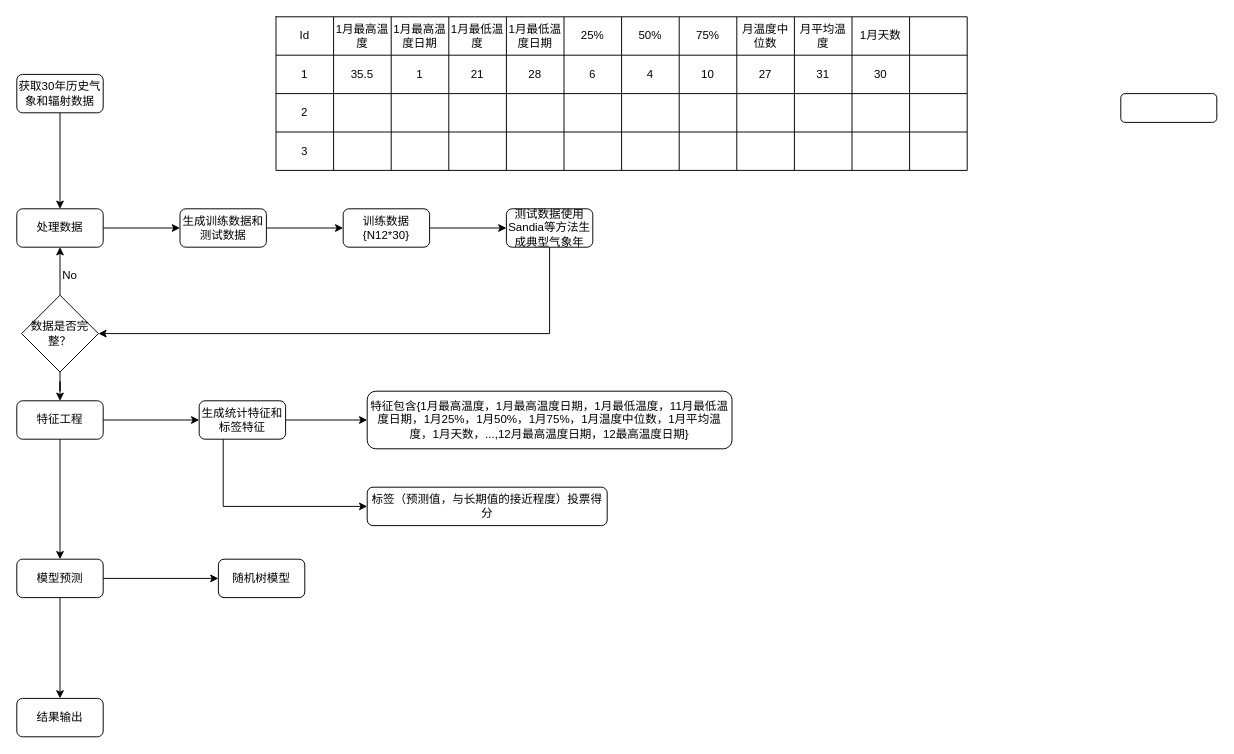
Before: page "Page-2" (2 of 2) of tmy.drawio in gg2herry/drawio, a draw.io diagram. Source tidied: cells renumbered, new cells numbered last; positions are measured from the earlier drawing's top-left corner, leaving out a move shared by most shapes. Both pictures are drawn from the tidied source at 96%, with x=0, y=0 at pixel (16, 16).
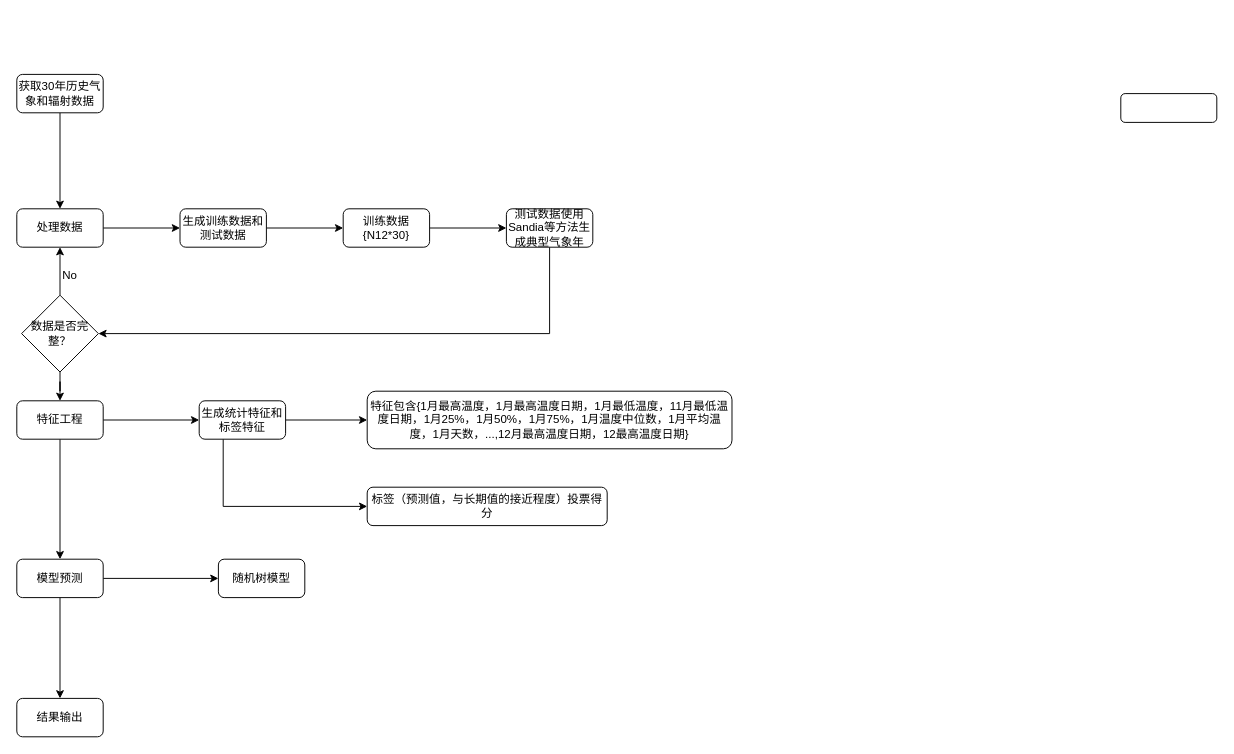
After the change.

Change to the diagram source:
```diff
@@
-    <mxCell id="15" style="shape=table;html=1;whiteSpace=wrap;startSize=0;childLayout=tableLayout;" parent="1" vertex="1">
-      <mxGeometry x="270" width="720" height="160" as="geometry" />
-    </mxCell>
-    <mxCell id="16" style="shape=partialRectangle;html=1;whiteSpace=wrap;fillColor=none;top=0;left=0;bottom=0;right=0;" parent="15" vertex="1">
-      <mxGeometry width="720" height="40" as="geometry" />
-    </mxCell>
-    <mxCell id="17" value="Id" style="shape=partialRectangle;html=1;whiteSpace=wrap;overflow=hidden;fillColor=none;top=0;left=0;bottom=0;right=0;" parent="16" vertex="1">
-      <mxGeometry width="60" height="40" as="geometry" />
-    </mxCell>
-    <mxCell id="18" value="1月最高温度" style="shape=partialRectangle;html=1;whiteSpace=wrap;overflow=hidden;fillColor=none;top=0;left=0;bottom=0;right=0;" parent="16" vertex="1">
-      <mxGeometry x="60" width="60" height="40" as="geometry" />
-    </mxCell>
-    <mxCell id="19" value="1月最高温度日期" style="shape=partialRectangle;html=1;whiteSpace=wrap;overflow=hidden;fillColor=none;top=0;left=0;bottom=0;right=0;" parent="16" vertex="1">
-      <mxGeometry x="120" width="60" height="40" as="geometry" />
-    </mxCell>
-    <mxCell id="20" value="1月最低温度" style="shape=partialRectangle;html=1;whiteSpace=wrap;overflow=hidden;fillColor=none;top=0;left=0;bottom=0;right=0;" parent="16" vertex="1">
-      <mxGeometry x="180" width="60" height="40" as="geometry" />
-    </mxCell>
-    <mxCell id="21" value="1月最低温度日期" style="shape=partialRectangle;html=1;whiteSpace=wrap;overflow=hidden;fillColor=none;top=0;left=0;bottom=0;right=0;" parent="16" vertex="1">
-      <mxGeometry x="240" width="60" height="40" as="geometry" />
-    </mxCell>
-    <mxCell id="22" value="25%" style="shape=partialRectangle;html=1;whiteSpace=wrap;overflow=hidden;fillColor=none;top=0;left=0;bottom=0;right=0;" parent="16" vertex="1">
-      <mxGeometry x="300" width="60" height="40" as="geometry" />
-    </mxCell>
-    <mxCell id="23" value="50%" style="shape=partialRectangle;html=1;whiteSpace=wrap;overflow=hidden;fillColor=none;top=0;left=0;bottom=0;right=0;" parent="16" vertex="1">
-      <mxGeometry x="360" width="60" height="40" as="geometry" />
-    </mxCell>
-    <mxCell id="24" value="75%" style="shape=partialRectangle;html=1;whiteSpace=wrap;overflow=hidden;fillColor=none;top=0;left=0;bottom=0;right=0;" parent="16" vertex="1">
-      <mxGeometry x="420" width="60" height="40" as="geometry" />
-    </mxCell>
-    <mxCell id="25" value="月温度中位数" style="shape=partialRectangle;html=1;whiteSpace=wrap;overflow=hidden;fillColor=none;top=0;left=0;bottom=0;right=0;" parent="16" vertex="1">
-      <mxGeometry x="480" width="60" height="40" as="geometry" />
-    </mxCell>
-    <mxCell id="26" value="月平均温度" style="shape=partialRectangle;html=1;whiteSpace=wrap;overflow=hidden;fillColor=none;top=0;left=0;bottom=0;right=0;" parent="16" vertex="1">
-      <mxGeometry x="540" width="60" height="40" as="geometry" />
-    </mxCell>
-    <mxCell id="27" value="1月天数" style="shape=partialRectangle;html=1;whiteSpace=wrap;overflow=hidden;fillColor=none;top=0;left=0;bottom=0;right=0;" parent="16" vertex="1">
-      <mxGeometry x="600" width="60" height="40" as="geometry" />
-    </mxCell>
-    <mxCell id="28" style="shape=partialRectangle;html=1;whiteSpace=wrap;overflow=hidden;fillColor=none;top=0;left=0;bottom=0;right=0;" parent="16" vertex="1">
-      <mxGeometry x="660" width="60" height="40" as="geometry" />
-    </mxCell>
-    <mxCell id="29" style="shape=partialRectangle;html=1;whiteSpace=wrap;fillColor=none;top=0;left=0;bottom=0;right=0;" parent="15" vertex="1">
-      <mxGeometry y="40" width="720" height="40" as="geometry" />
-    </mxCell>
-    <mxCell id="30" value="1" style="shape=partialRectangle;html=1;whiteSpace=wrap;overflow=hidden;fillColor=none;top=0;left=0;bottom=0;right=0;" parent="29" vertex="1">
-      <mxGeometry width="60" height="40" as="geometry" />
-    </mxCell>
-    <mxCell id="31" value="35.5" style="shape=partialRectangle;html=1;whiteSpace=wrap;overflow=hidden;fillColor=none;top=0;left=0;bottom=0;right=0;" parent="29" vertex="1">
-      <mxGeometry x="60" width="60" height="40" as="geometry" />
-    </mxCell>
-    <mxCell id="32" value="1" style="shape=partialRectangle;html=1;whiteSpace=wrap;overflow=hidden;fillColor=none;top=0;left=0;bottom=0;right=0;" parent="29" vertex="1">
-      <mxGeometry x="120" width="60" height="40" as="geometry" />
-    </mxCell>
-    <mxCell id="33" value="21" style="shape=partialRectangle;html=1;whiteSpace=wrap;overflow=hidden;fillColor=none;top=0;left=0;bottom=0;right=0;" parent="29" vertex="1">
-      <mxGeometry x="180" width="60" height="40" as="geometry" />
-    </mxCell>
-    <mxCell id="34" value="28" style="shape=partialRectangle;html=1;whiteSpace=wrap;overflow=hidden;fillColor=none;top=0;left=0;bottom=0;right=0;" parent="29" vertex="1">
-      <mxGeometry x="240" width="60" height="40" as="geometry" />
-    </mxCell>
-    <mxCell id="35" value="6" style="shape=partialRectangle;html=1;whiteSpace=wrap;overflow=hidden;fillColor=none;top=0;left=0;bottom=0;right=0;" parent="29" vertex="1">
-      <mxGeometry x="300" width="60" height="40" as="geometry" />
-    </mxCell>
-    <mxCell id="36" value="4" style="shape=partialRectangle;html=1;whiteSpace=wrap;overflow=hidden;fillColor=none;top=0;left=0;bottom=0;right=0;" parent="29" vertex="1">
-      <mxGeometry x="360" width="60" height="40" as="geometry" />
-    </mxCell>
-    <mxCell id="37" value="10" style="shape=partialRectangle;html=1;whiteSpace=wrap;overflow=hidden;fillColor=none;top=0;left=0;bottom=0;right=0;" parent="29" vertex="1">
-      <mxGeometry x="420" width="60" height="40" as="geometry" />
-    </mxCell>
-    <mxCell id="38" value="27" style="shape=partialRectangle;html=1;whiteSpace=wrap;overflow=hidden;fillColor=none;top=0;left=0;bottom=0;right=0;" parent="29" vertex="1">
-      <mxGeometry x="480" width="60" height="40" as="geometry" />
-    </mxCell>
-    <mxCell id="39" value="31" style="shape=partialRectangle;html=1;whiteSpace=wrap;overflow=hidden;fillColor=none;top=0;left=0;bottom=0;right=0;" parent="29" vertex="1">
-      <mxGeometry x="540" width="60" height="40" as="geometry" />
-    </mxCell>
-    <mxCell id="40" value="30" style="shape=partialRectangle;html=1;whiteSpace=wrap;overflow=hidden;fillColor=none;top=0;left=0;bottom=0;right=0;" parent="29" vertex="1">
-      <mxGeometry x="600" width="60" height="40" as="geometry" />
-    </mxCell>
-    <mxCell id="41" style="shape=partialRectangle;html=1;whiteSpace=wrap;overflow=hidden;fillColor=none;top=0;left=0;bottom=0;right=0;" parent="29" vertex="1">
-      <mxGeometry x="660" width="60" height="40" as="geometry" />
-    </mxCell>
-    <mxCell id="42" style="shape=partialRectangle;html=1;whiteSpace=wrap;fillColor=none;top=0;left=0;bottom=0;right=0;" parent="15" vertex="1">
-      <mxGeometry y="80" width="720" height="40" as="geometry" />
-    </mxCell>
-    <mxCell id="43" value="2" style="shape=partialRectangle;html=1;whiteSpace=wrap;overflow=hidden;fillColor=none;top=0;left=0;bottom=0;right=0;" parent="42" vertex="1">
-      <mxGeometry width="60" height="40" as="geometry" />
-    </mxCell>
-    <mxCell id="44" style="shape=partialRectangle;html=1;whiteSpace=wrap;overflow=hidden;fillColor=none;top=0;left=0;bottom=0;right=0;" parent="42" vertex="1">
-      <mxGeometry x="60" width="60" height="40" as="geometry" />
-    </mxCell>
-    <mxCell id="45" style="shape=partialRectangle;html=1;whiteSpace=wrap;overflow=hidden;fillColor=none;top=0;left=0;bottom=0;right=0;" parent="42" vertex="1">
-      <mxGeometry x="120" width="60" height="40" as="geometry" />
-    </mxCell>
-    <mxCell id="46" style="shape=partialRectangle;html=1;whiteSpace=wrap;overflow=hidden;fillColor=none;top=0;left=0;bottom=0;right=0;" parent="42" vertex="1">
-      <mxGeometry x="180" width="60" height="40" as="geometry" />
-    </mxCell>
-    <mxCell id="47" style="shape=partialRectangle;html=1;whiteSpace=wrap;overflow=hidden;fillColor=none;top=0;left=0;bottom=0;right=0;" parent="42" vertex="1">
-      <mxGeometry x="240" width="60" height="40" as="geometry" />
-    </mxCell>
-    <mxCell id="48" style="shape=partialRectangle;html=1;whiteSpace=wrap;overflow=hidden;fillColor=none;top=0;left=0;bottom=0;right=0;" parent="42" vertex="1">
-      <mxGeometry x="300" width="60" height="40" as="geometry" />
-    </mxCell>
-    <mxCell id="49" style="shape=partialRectangle;html=1;whiteSpace=wrap;overflow=hidden;fillColor=none;top=0;left=0;bottom=0;right=0;" parent="42" vertex="1">
-      <mxGeometry x="360" width="60" height="40" as="geometry" />
-    </mxCell>
-    <mxCell id="50" style="shape=partialRectangle;html=1;whiteSpace=wrap;overflow=hidden;fillColor=none;top=0;left=0;bottom=0;right=0;" parent="42" vertex="1">
-      <mxGeometry x="420" width="60" height="40" as="geometry" />
-    </mxCell>
-    <mxCell id="51" style="shape=partialRectangle;html=1;whiteSpace=wrap;overflow=hidden;fillColor=none;top=0;left=0;bottom=0;right=0;" parent="42" vertex="1">
-      <mxGeometry x="480" width="60" height="40" as="geometry" />
-    </mxCell>
-    <mxCell id="52" style="shape=partialRectangle;html=1;whiteSpace=wrap;overflow=hidden;fillColor=none;top=0;left=0;bottom=0;right=0;" parent="42" vertex="1">
-      <mxGeometry x="540" width="60" height="40" as="geometry" />
-    </mxCell>
-    <mxCell id="53" style="shape=partialRectangle;html=1;whiteSpace=wrap;overflow=hidden;fillColor=none;top=0;left=0;bottom=0;right=0;" parent="42" vertex="1">
-      <mxGeometry x="600" width="60" height="40" as="geometry" />
-    </mxCell>
-    <mxCell id="54" style="shape=partialRectangle;html=1;whiteSpace=wrap;overflow=hidden;fillColor=none;top=0;left=0;bottom=0;right=0;" parent="42" vertex="1">
-      <mxGeometry x="660" width="60" height="40" as="geometry" />
-    </mxCell>
-    <mxCell id="55" style="shape=partialRectangle;html=1;whiteSpace=wrap;fillColor=none;top=0;left=0;bottom=0;right=0;" parent="15" vertex="1">
-      <mxGeometry y="120" width="720" height="40" as="geometry" />
-    </mxCell>
-    <mxCell id="56" value="3" style="shape=partialRectangle;html=1;whiteSpace=wrap;overflow=hidden;fillColor=none;top=0;left=0;bottom=0;right=0;" parent="55" vertex="1">
-      <mxGeometry width="60" height="40" as="geometry" />
-    </mxCell>
-    <mxCell id="57" style="shape=partialRectangle;html=1;whiteSpace=wrap;overflow=hidden;fillColor=none;top=0;left=0;bottom=0;right=0;" parent="55" vertex="1">
-      <mxGeometry x="60" width="60" height="40" as="geometry" />
-    </mxCell>
-    <mxCell id="58" style="shape=partialRectangle;html=1;whiteSpace=wrap;overflow=hidden;fillColor=none;top=0;left=0;bottom=0;right=0;" parent="55" vertex="1">
-      <mxGeometry x="120" width="60" height="40" as="geometry" />
-    </mxCell>
-    <mxCell id="59" style="shape=partialRectangle;html=1;whiteSpace=wrap;overflow=hidden;fillColor=none;top=0;left=0;bottom=0;right=0;" parent="55" vertex="1">
-      <mxGeometry x="180" width="60" height="40" as="geometry" />
-    </mxCell>
-    <mxCell id="60" style="shape=partialRectangle;html=1;whiteSpace=wrap;overflow=hidden;fillColor=none;top=0;left=0;bottom=0;right=0;" parent="55" vertex="1">
-      <mxGeometry x="240" width="60" height="40" as="geometry" />
-    </mxCell>
-    <mxCell id="61" style="shape=partialRectangle;html=1;whiteSpace=wrap;overflow=hidden;fillColor=none;top=0;left=0;bottom=0;right=0;" parent="55" vertex="1">
-      <mxGeometry x="300" width="60" height="40" as="geometry" />
-    </mxCell>
-    <mxCell id="62" style="shape=partialRectangle;html=1;whiteSpace=wrap;overflow=hidden;fillColor=none;top=0;left=0;bottom=0;right=0;" parent="55" vertex="1">
-      <mxGeometry x="360" width="60" height="40" as="geometry" />
-    </mxCell>
-    <mxCell id="63" style="shape=partialRectangle;html=1;whiteSpace=wrap;overflow=hidden;fillColor=none;top=0;left=0;bottom=0;right=0;" parent="55" vertex="1">
-      <mxGeometry x="420" width="60" height="40" as="geometry" />
-    </mxCell>
-    <mxCell id="64" style="shape=partialRectangle;html=1;whiteSpace=wrap;overflow=hidden;fillColor=none;top=0;left=0;bottom=0;right=0;" parent="55" vertex="1">
-      <mxGeometry x="480" width="60" height="40" as="geometry" />
-    </mxCell>
-    <mxCell id="65" style="shape=partialRectangle;html=1;whiteSpace=wrap;overflow=hidden;fillColor=none;top=0;left=0;bottom=0;right=0;" parent="55" vertex="1">
-      <mxGeometry x="540" width="60" height="40" as="geometry" />
-    </mxCell>
-    <mxCell id="66" style="shape=partialRectangle;html=1;whiteSpace=wrap;overflow=hidden;fillColor=none;top=0;left=0;bottom=0;right=0;" parent="55" vertex="1">
-      <mxGeometry x="600" width="60" height="40" as="geometry" />
-    </mxCell>
-    <mxCell id="67" style="shape=partialRectangle;html=1;whiteSpace=wrap;overflow=hidden;fillColor=none;top=0;left=0;bottom=0;right=0;" parent="55" vertex="1">
-      <mxGeometry x="660" width="60" height="40" as="geometry" />
-    </mxCell>
```
